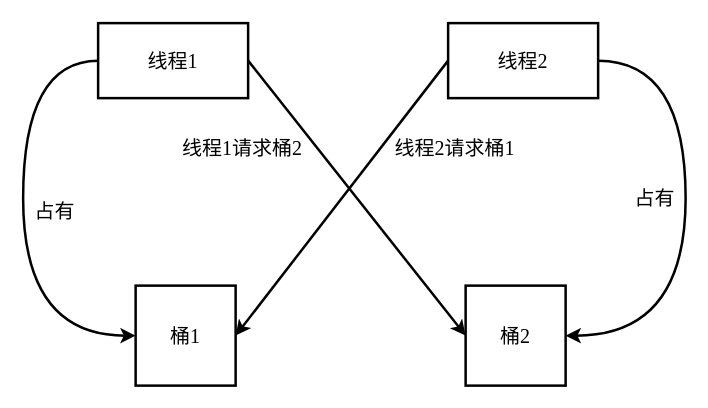
This is page "死锁" (9 of 15) of 毕业论文.drawio from HustDsy/Picture, a draw.io file, before an edit. Source tidied: cells renumbered, new cells numbered last; positions are measured from the earlier drawing's top-left corner, leaving out a move shared by most shapes. Both pictures are drawn from the tidied source at 125%, with x=0, y=0 at pixel (22, 22).
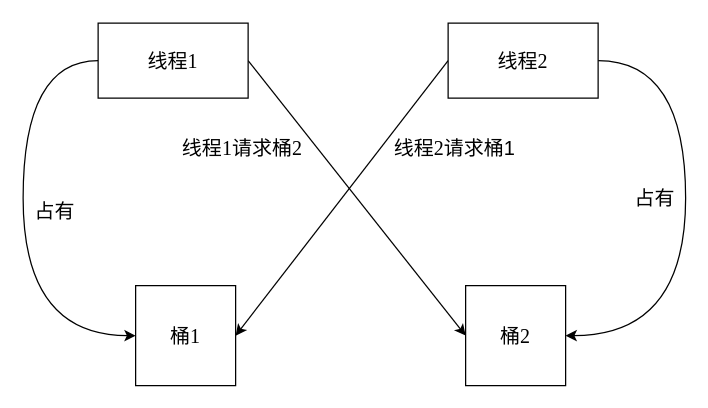
After the change.

Change to the diagram source:
```diff
@@
 <mxGraphModel>
   <root>
     <mxCell id="0" />
     <mxCell id="1" parent="0" />
-    <mxCell id="2" style="rounded=0;jettySize=auto;html=1;exitX=0;exitY=0.5;exitDx=0;exitDy=0;entryX=0;entryY=0.5;entryDx=0;entryDy=0;fontFamily=Times New Roman;fontSize=16;startArrow=none;startFill=0;strokeWidth=2;edgeStyle=orthogonalEdgeStyle;curved=1;" parent="1" edge="1" source="4" target="8">
+    <mxCell id="2" style="rounded=0;jettySize=auto;html=1;exitX=0;exitY=0.5;exitDx=0;exitDy=0;entryX=0;entryY=0.5;entryDx=0;entryDy=0;fontFamily=简宋;fontSize=16;startArrow=none;startFill=0;strokeWidth=1;edgeStyle=orthogonalEdgeStyle;curved=1;" parent="1" edge="1" source="4" target="8">
       <mxGeometry relative="1" as="geometry">
         <Array as="points">
           <mxPoint y="30" />
           <mxPoint y="250" />
         </Array>
       </mxGeometry>
     </mxCell>
-    <mxCell id="3" style="rounded=0;jettySize=auto;html=1;exitX=1;exitY=0.5;exitDx=0;exitDy=0;entryX=0;entryY=0.5;entryDx=0;entryDy=0;fontFamily=Times New Roman;fontSize=16;startArrow=none;startFill=0;strokeWidth=2;" parent="1" edge="1" source="4" target="9">
+    <mxCell id="3" style="rounded=0;jettySize=auto;html=1;exitX=1;exitY=0.5;exitDx=0;exitDy=0;entryX=0;entryY=0.5;entryDx=0;entryDy=0;fontFamily=简宋;fontSize=16;startArrow=none;startFill=0;strokeWidth=1;" parent="1" edge="1" source="4" target="9">
       <mxGeometry relative="1" as="geometry" />
     </mxCell>
-    <mxCell id="4" value="线程1" style="rounded=0;whiteSpace=wrap;html=1;fontFamily=Times New Roman;fontSize=16;strokeColor=#000000;strokeWidth=2;fillColor=#FFFFFF;" parent="1" vertex="1">
+    <mxCell id="4" value="&lt;p&gt;线程&lt;font face=&quot;Times New Roman&quot;&gt;1&lt;/font&gt;&lt;/p&gt;" style="rounded=0;whiteSpace=wrap;html=1;fontFamily=简宋;fontSize=16;strokeColor=#000000;strokeWidth=1;fillColor=#FFFFFF;" parent="1" vertex="1">
       <mxGeometry x="60" width="120" height="60" as="geometry" />
     </mxCell>
-    <mxCell id="5" style="edgeStyle=orthogonalEdgeStyle;curved=1;rounded=0;jettySize=auto;html=1;exitX=1;exitY=0.5;exitDx=0;exitDy=0;entryX=1;entryY=0.5;entryDx=0;entryDy=0;fontFamily=Times New Roman;fontSize=16;startArrow=none;startFill=0;strokeWidth=2;" parent="1" edge="1" source="7" target="9">
+    <mxCell id="5" style="edgeStyle=orthogonalEdgeStyle;curved=1;rounded=0;jettySize=auto;html=1;exitX=1;exitY=0.5;exitDx=0;exitDy=0;entryX=1;entryY=0.5;entryDx=0;entryDy=0;fontFamily=简宋;fontSize=16;startArrow=none;startFill=0;strokeWidth=1;" parent="1" edge="1" source="7" target="9">
       <mxGeometry relative="1" as="geometry">
         <Array as="points">
           <mxPoint x="530" y="30" />
           <mxPoint x="530" y="250" />
         </Array>
       </mxGeometry>
     </mxCell>
-    <mxCell id="6" style="rounded=0;jettySize=auto;html=1;exitX=0;exitY=0.5;exitDx=0;exitDy=0;entryX=1;entryY=0.5;entryDx=0;entryDy=0;fontFamily=Times New Roman;fontSize=16;startArrow=none;startFill=0;strokeWidth=2;" parent="1" edge="1" source="7" target="8">
+    <mxCell id="6" style="rounded=0;jettySize=auto;html=1;exitX=0;exitY=0.5;exitDx=0;exitDy=0;entryX=1;entryY=0.5;entryDx=0;entryDy=0;fontFamily=简宋;fontSize=16;startArrow=none;startFill=0;strokeWidth=1;" parent="1" edge="1" source="7" target="8">
       <mxGeometry relative="1" as="geometry" />
     </mxCell>
-    <mxCell id="7" value="线程2" style="rounded=0;whiteSpace=wrap;html=1;fontFamily=Times New Roman;fontSize=16;strokeColor=#000000;strokeWidth=2;fillColor=#FFFFFF;" parent="1" vertex="1">
+    <mxCell id="7" value="&lt;p&gt;线程&lt;font face=&quot;Times New Roman&quot;&gt;2&lt;/font&gt;&lt;/p&gt;" style="rounded=0;whiteSpace=wrap;html=1;fontFamily=简宋;fontSize=16;strokeColor=#000000;strokeWidth=1;fillColor=#FFFFFF;" parent="1" vertex="1">
       <mxGeometry x="340" width="120" height="60" as="geometry" />
     </mxCell>
-    <mxCell id="8" value="桶1" style="whiteSpace=wrap;html=1;fontFamily=Times New Roman;fontSize=16;strokeColor=#000000;strokeWidth=2;fillColor=#FFFFFF;" parent="1" vertex="1">
+    <mxCell id="8" value="桶&lt;font face=&quot;Times New Roman&quot;&gt;1&lt;/font&gt;" style="whiteSpace=wrap;html=1;fontFamily=简宋;fontSize=16;strokeColor=#000000;strokeWidth=1;fillColor=#FFFFFF;" parent="1" vertex="1">
       <mxGeometry x="90" y="210" width="80" height="80" as="geometry" />
     </mxCell>
-    <mxCell id="9" value="桶2" style="whiteSpace=wrap;html=1;fontFamily=Times New Roman;fontSize=16;strokeColor=#000000;strokeWidth=2;fillColor=#FFFFFF;" parent="1" vertex="1">
+    <mxCell id="9" value="桶&lt;font face=&quot;Times New Roman&quot;&gt;2&lt;/font&gt;" style="whiteSpace=wrap;html=1;fontFamily=简宋;fontSize=16;strokeColor=#000000;strokeWidth=1;fillColor=#FFFFFF;" parent="1" vertex="1">
       <mxGeometry x="354" y="210" width="80" height="80" as="geometry" />
     </mxCell>
-    <mxCell id="10" value="占有" style="text;html=1;align=center;verticalAlign=middle;strokeColor=none;fillColor=none;fontSize=16;fontFamily=Times New Roman;" parent="1" vertex="1">
+    <mxCell id="10" value="占有" style="text;html=1;align=center;verticalAlign=middle;strokeColor=none;fillColor=none;fontSize=16;fontFamily=简宋;strokeWidth=1;" parent="1" vertex="1">
       <mxGeometry y="140" width="50" height="20" as="geometry" />
     </mxCell>
-    <mxCell id="11" value="占有" style="text;html=1;align=center;verticalAlign=middle;strokeColor=none;fillColor=none;fontSize=16;fontFamily=Times New Roman;" parent="1" vertex="1">
+    <mxCell id="11" value="占有" style="text;html=1;align=center;verticalAlign=middle;strokeColor=none;fillColor=none;fontSize=16;fontFamily=简宋;strokeWidth=1;" parent="1" vertex="1">
       <mxGeometry x="480" y="130" width="50" height="20" as="geometry" />
     </mxCell>
-    <mxCell id="12" value="线程2请求桶1" style="text;html=1;align=center;verticalAlign=middle;strokeColor=none;fillColor=none;fontSize=16;fontFamily=Times New Roman;" parent="1" vertex="1">
-      <mxGeometry x="290" y="90" width="110" height="20" as="geometry" />
+    <mxCell id="12" value="线程&lt;font face=&quot;Times New Roman&quot;&gt;2&lt;/font&gt;请求桶1" style="text;html=1;align=center;verticalAlign=middle;strokeColor=none;fillColor=none;fontSize=16;fontFamily=简宋;strokeWidth=1;" parent="1" vertex="1">
+      <mxGeometry x="290" y="85" width="110" height="30" as="geometry" />
     </mxCell>
-    <mxCell id="13" value="线程1请求桶2" style="text;html=1;align=center;verticalAlign=middle;strokeColor=none;fillColor=none;fontSize=16;fontFamily=Times New Roman;" parent="1" vertex="1">
-      <mxGeometry x="120" y="90" width="110" height="20" as="geometry" />
+    <mxCell id="13" value="线程&lt;font face=&quot;Times New Roman&quot;&gt;1&lt;/font&gt;请求桶&lt;font face=&quot;Times New Roman&quot;&gt;2&lt;/font&gt;" style="text;html=1;align=center;verticalAlign=middle;strokeColor=none;fillColor=none;fontSize=16;fontFamily=简宋;strokeWidth=1;" parent="1" vertex="1">
+      <mxGeometry x="120" y="85" width="110" height="30" as="geometry" />
     </mxCell>
   </root>
 </mxGraphModel>
```
